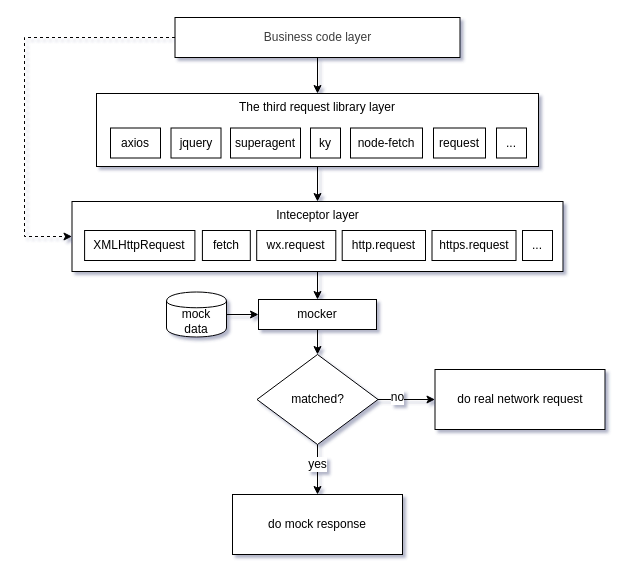
Earlier version of the draw.io diagram docs/layers.drawio (huturen/http-request-mock). Source tidied: cells renumbered, new cells numbered last; positions are measured from the earlier drawing's top-left corner, leaving out a move shared by most shapes. Both pictures are drawn from the tidied source at 100%, with x=0, y=0 at pixel (24, 17).
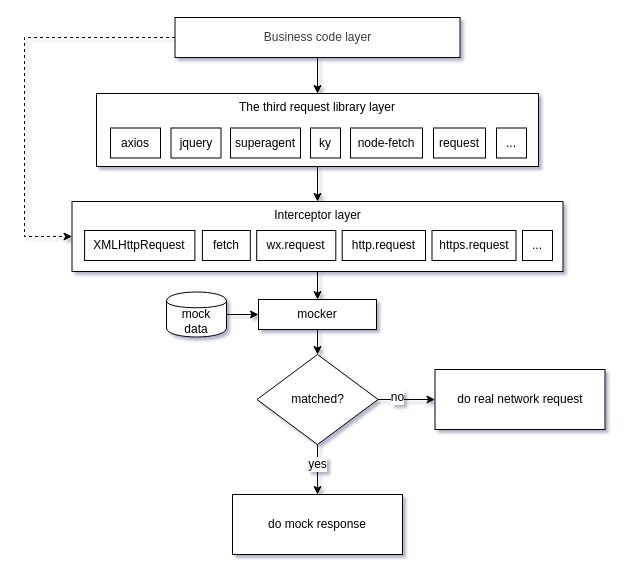
The same diagram, later.

Unchanged cells that the change refers to:
```xml
<mxCell id="16" style="group;" parent="1" vertex="1">
  <mxGeometry x="47.5" y="184" width="491" height="70" as="geometry" />
</mxCell>
```

The edit, as a diff of the source:
```diff
@@
-    <mxCell id="17" value="Inteceptor layer" style="rounded=0;whiteSpace=wrap;html=1;horizontal=1;verticalAlign=top;" parent="16" vertex="1">
+    <mxCell id="17" value="Interceptor layer" style="rounded=0;whiteSpace=wrap;html=1;horizontal=1;verticalAlign=top;" parent="16" vertex="1">
       <mxGeometry width="491" height="70" as="geometry" />
     </mxCell>
```
